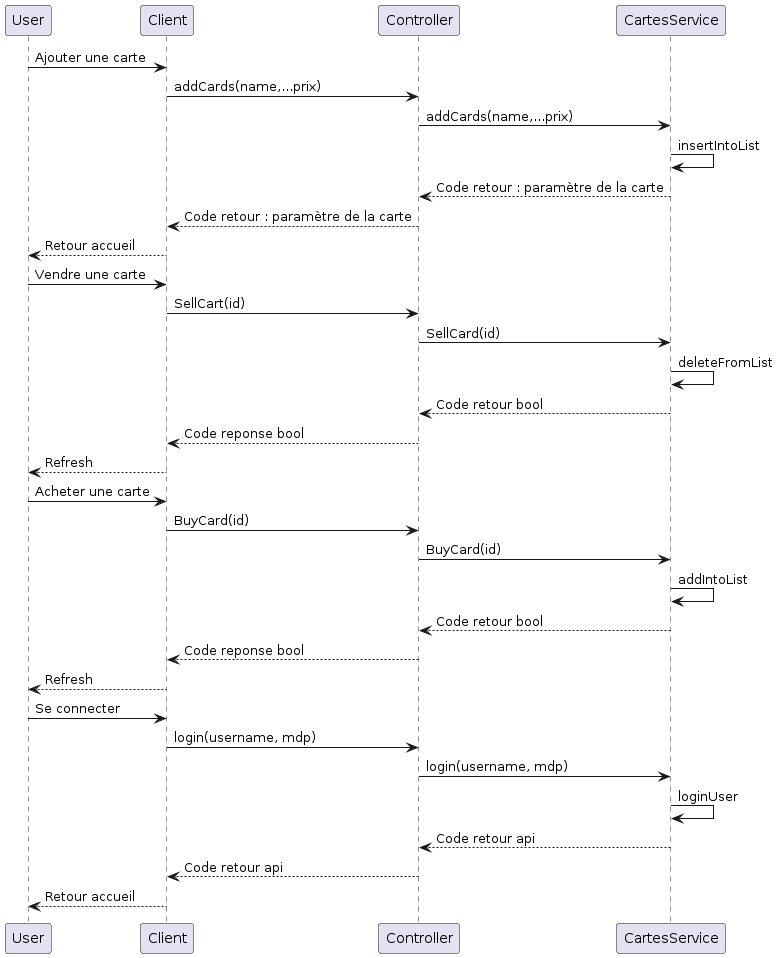
This is atelier2/RENDU/img/workflow.png from bellat-tristan/ASI---WebDynamique---Microservices, a PlantUML export, as it was before one commit.
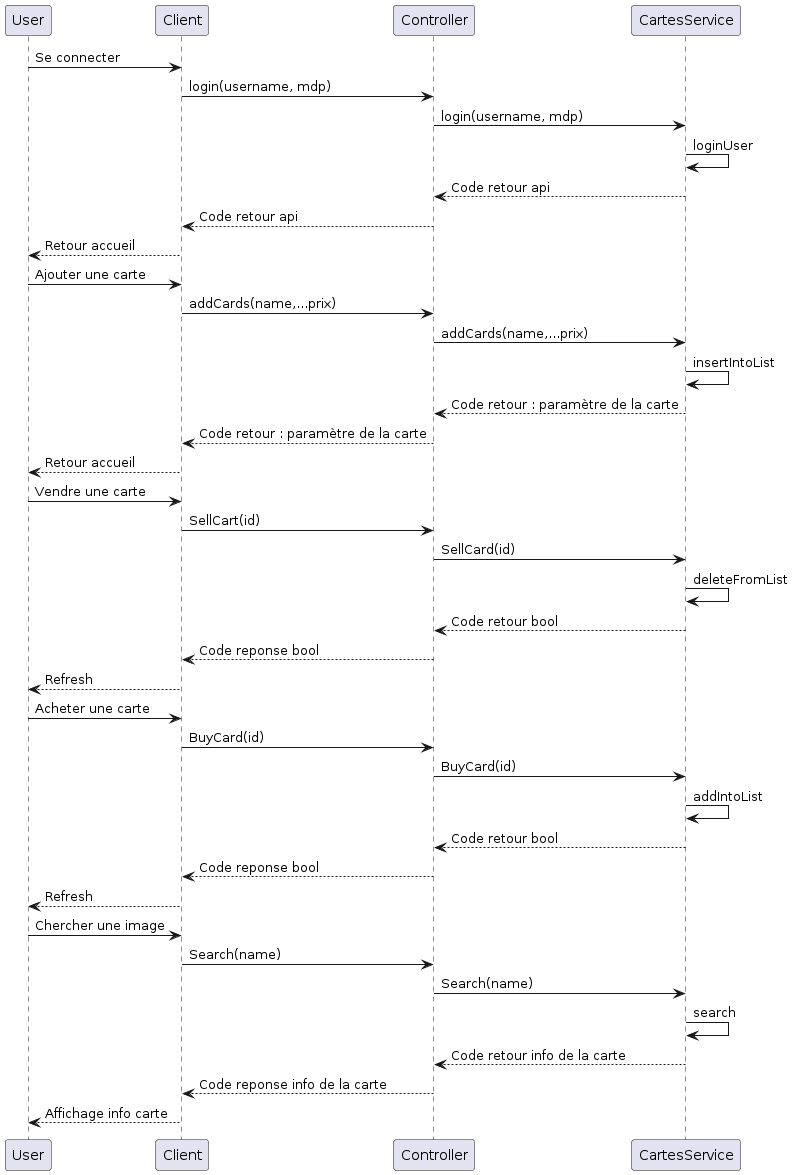
Above is the later version.

What changed in the source:
```diff
@@ -3,6 +3,16 @@
 participant Client
 participant Controller
 participant CartesService
+
+
+User-> Client: Se connecter
+Client-> Controller: login(username, mdp)
+Controller-> CartesService: login(username, mdp)
+CartesService-> CartesService: loginUser
+CartesService--> Controller: Code retour api
+Controller--> Client: Code retour api
+Client--> User: Retour accueil
+
 
 User -> Client: Ajouter une carte
 Client-> Controller: addCards(name,...prix)
@@ -31,11 +41,11 @@
 Client--> User: Refresh
 
 
-User-> Client: Se connecter
-Client-> Controller: login(username, mdp)
-Controller-> CartesService: login(username, mdp)
-CartesService-> CartesService: loginUser
-CartesService--> Controller: Code retour api
-Controller--> Client: Code retour api
-Client--> User: Retour accueil
+User-> Client: Chercher une image
+Client-> Controller: Search(name)
+Controller-> CartesService: Search(name)
+CartesService-> CartesService: search
+CartesService--> Controller: Code retour info de la carte
+Controller--> Client: Code reponse info de la carte
+Client--> User: Affichage info carte
 @enduml
```
